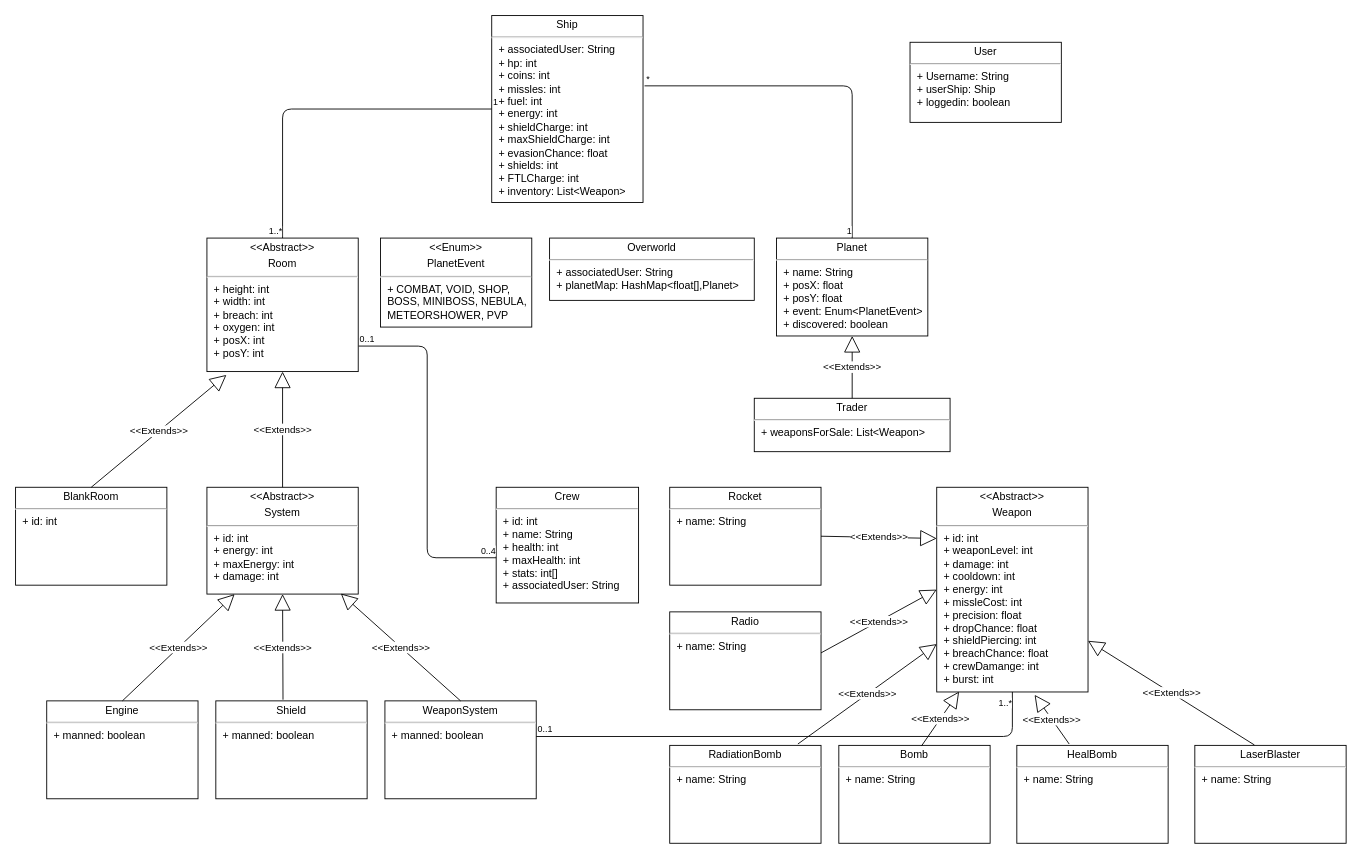
Earlier version of the draw.io diagram doc/UML/Datenmodell.drawio (fkehlenb/GalaxyTrucker). Source tidied: cells renumbered, new cells numbered last; positions are measured from the earlier drawing's top-left corner, leaving out a move shared by most shapes. Both pictures are drawn from the tidied source at 89%, with x=0, y=0 at pixel (15, 15).
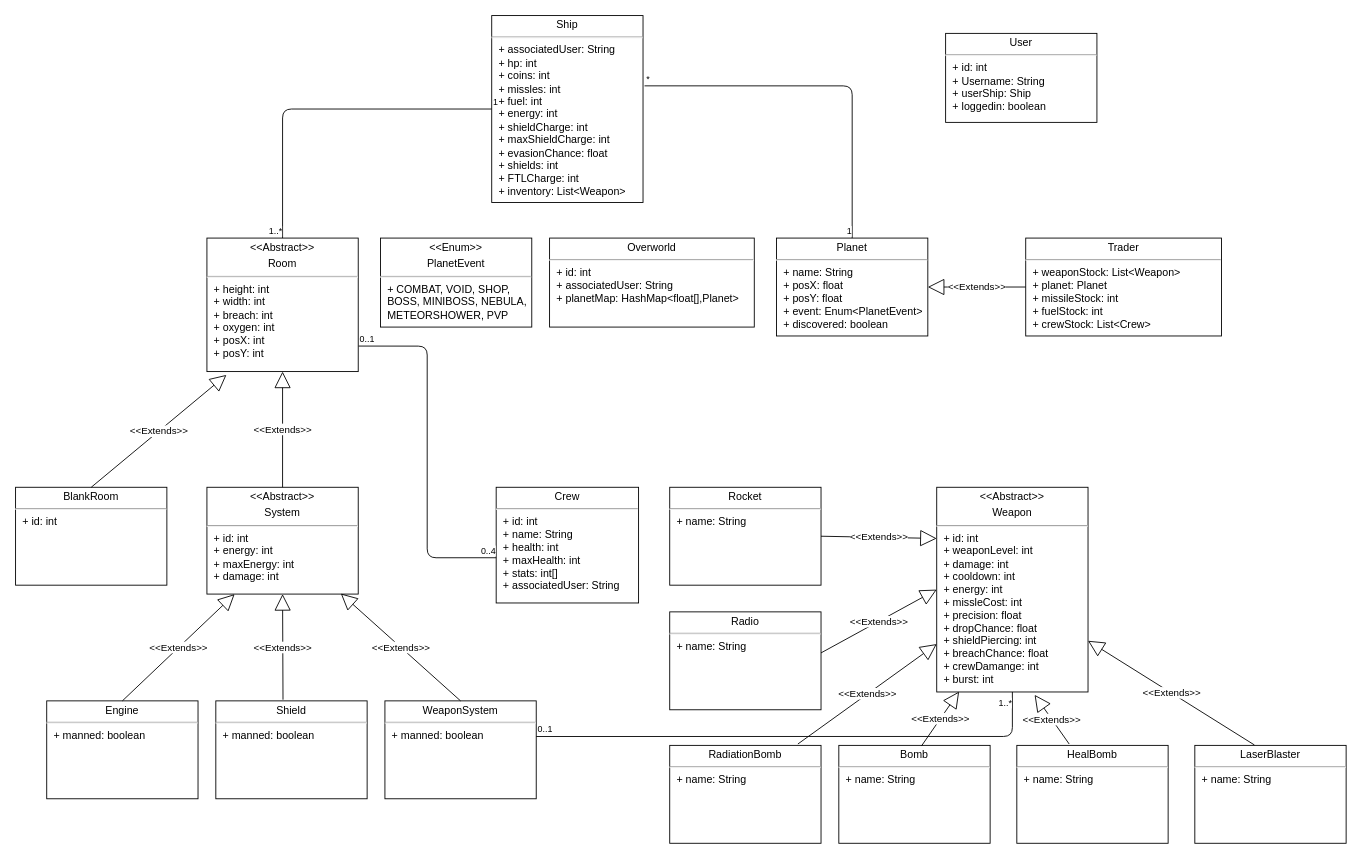
Above is the later version.

Commit message (it also covers changes not shown here):
ids und Trader ins Datenmodell und Trader Attributnamen leicht angepasst

The change refers to these unchanged cells:
```xml
<mxCell id="4" value="&lt;p style=&quot;margin: 4px 0px 0px ; text-align: center&quot;&gt;Planet&lt;/p&gt;&lt;hr&gt;&lt;p style=&quot;margin: 0px ; margin-left: 8px&quot;&gt;+ name: String&lt;/p&gt;&lt;p style=&quot;margin: 0px ; margin-left: 8px&quot;&gt;+ posX: float&lt;/p&gt;&lt;p style=&quot;margin: 0px ; margin-left: 8px&quot;&gt;+ posY: float&lt;/p&gt;&lt;p style=&quot;margin: 0px ; margin-left: 8px&quot;&gt;+ event: Enum&amp;lt;PlanetEvent&amp;gt;&lt;/p&gt;&lt;p style=&quot;margin: 0px ; margin-left: 8px&quot;&gt;+ discovered: boolean&lt;/p&gt;&lt;p style=&quot;margin: 0px ; margin-left: 8px&quot;&gt;&lt;br&gt;&lt;/p&gt;" style="verticalAlign=top;align=left;overflow=fill;fontSize=12;fontFamily=Helvetica;html=1;" parent="1" vertex="1">
  <mxGeometry x="855" y="250" width="170" height="110" as="geometry" />
</mxCell>
```

The edit, as a diff of the source:
```diff
@@
-    <mxCell id="3" value="&lt;p style=&quot;margin: 4px 0px 0px ; text-align: center&quot;&gt;Overworld&lt;/p&gt;&lt;hr&gt;&lt;p style=&quot;margin: 0px ; margin-left: 8px&quot;&gt;+ associatedUser: String&lt;/p&gt;&lt;p style=&quot;margin: 0px ; margin-left: 8px&quot;&gt;+ planetMap: HashMap&amp;lt;float[],Planet&amp;gt;&lt;/p&gt;" style="verticalAlign=top;align=left;overflow=fill;fontSize=12;fontFamily=Helvetica;html=1;" parent="1" vertex="1">
-      <mxGeometry x="600" y="250" width="230" height="70" as="geometry" />
+    <mxCell id="3" value="&lt;p style=&quot;margin: 4px 0px 0px ; text-align: center&quot;&gt;Overworld&lt;/p&gt;&lt;hr&gt;&lt;p style=&quot;margin: 0px ; margin-left: 8px&quot;&gt;+ id: int&lt;/p&gt;&lt;p style=&quot;margin: 0px ; margin-left: 8px&quot;&gt;+ associatedUser: String&lt;/p&gt;&lt;p style=&quot;margin: 0px ; margin-left: 8px&quot;&gt;+ planetMap: HashMap&amp;lt;float[],Planet&amp;gt;&lt;/p&gt;" style="verticalAlign=top;align=left;overflow=fill;fontSize=12;fontFamily=Helvetica;html=1;" parent="1" vertex="1">
+      <mxGeometry x="600" y="250" width="230" height="100" as="geometry" />
     </mxCell>
@@
-    <mxCell id="6" value="&lt;p style=&quot;margin: 4px 0px 0px ; text-align: center&quot;&gt;Trader&lt;/p&gt;&lt;hr&gt;&lt;p style=&quot;margin: 0px ; margin-left: 8px&quot;&gt;+ weaponsForSale: List&amp;lt;Weapon&amp;gt;&lt;/p&gt;&lt;p style=&quot;margin: 0px ; margin-left: 8px&quot;&gt;&lt;br&gt;&lt;/p&gt;" style="verticalAlign=top;align=left;overflow=fill;fontSize=12;fontFamily=Helvetica;html=1;" parent="1" vertex="1">
-      <mxGeometry x="830" y="430" width="220" height="60" as="geometry" />
+    <mxCell id="6" value="&lt;p style=&quot;margin: 4px 0px 0px ; text-align: center&quot;&gt;Trader&lt;/p&gt;&lt;hr&gt;&lt;p style=&quot;margin: 0px ; margin-left: 8px&quot;&gt;+ weaponStock: List&amp;lt;Weapon&amp;gt;&lt;/p&gt;&lt;p style=&quot;margin: 0px ; margin-left: 8px&quot;&gt;+ planet: Planet&lt;/p&gt;&lt;p style=&quot;margin: 0px ; margin-left: 8px&quot;&gt;+ missileStock: int&lt;/p&gt;&lt;p style=&quot;margin: 0px ; margin-left: 8px&quot;&gt;+ fuelStock: int&lt;/p&gt;&lt;p style=&quot;margin: 0px ; margin-left: 8px&quot;&gt;+ crewStock: List&amp;lt;Crew&amp;gt;&lt;/p&gt;" style="verticalAlign=top;align=left;overflow=fill;fontSize=12;fontFamily=Helvetica;html=1;" parent="1" vertex="1">
+      <mxGeometry x="1135" y="250" width="220" height="110" as="geometry" />
     </mxCell>
-    <mxCell id="7" value="&amp;lt;&amp;lt;Extends&amp;gt;&amp;gt;" style="endArrow=block;endSize=16;endFill=0;html=1;exitX=0.5;exitY=0;exitDx=0;exitDy=0;" parent="1" edge="1" source="6" target="4">
+    <mxCell id="7" value="&amp;lt;&amp;lt;Extends&amp;gt;&amp;gt;" style="endArrow=block;endSize=16;endFill=0;html=1;exitX=0;exitY=0.5;exitDx=0;exitDy=0;" parent="1" edge="1" source="6" target="4">
       <mxGeometry relative="1" as="geometry" />
     </mxCell>
@@
-    <mxCell id="45" value="&lt;p style=&quot;margin: 4px 0px 0px ; text-align: center&quot;&gt;User&lt;/p&gt;&lt;hr&gt;&lt;p style=&quot;margin: 0px ; margin-left: 8px&quot;&gt;+ Username: String&lt;/p&gt;&lt;p style=&quot;margin: 0px ; margin-left: 8px&quot;&gt;+ userShip: Ship&lt;/p&gt;&lt;p style=&quot;margin: 0px ; margin-left: 8px&quot;&gt;+ loggedin: boolean&lt;/p&gt;&lt;p style=&quot;margin: 0px ; margin-left: 8px&quot;&gt;&lt;br&gt;&lt;/p&gt;&lt;p style=&quot;margin: 0px ; margin-left: 8px&quot;&gt;&lt;br&gt;&lt;/p&gt;" style="verticalAlign=top;align=left;overflow=fill;fontSize=12;fontFamily=Helvetica;html=1;" parent="1" vertex="1">
-      <mxGeometry x="1005" y="30" width="170" height="90" as="geometry" />
+    <mxCell id="45" value="&lt;p style=&quot;margin: 4px 0px 0px ; text-align: center&quot;&gt;User&lt;/p&gt;&lt;hr&gt;&lt;p style=&quot;margin: 0px ; margin-left: 8px&quot;&gt;+ id: int&lt;/p&gt;&lt;p style=&quot;margin: 0px ; margin-left: 8px&quot;&gt;+ Username: String&lt;/p&gt;&lt;p style=&quot;margin: 0px ; margin-left: 8px&quot;&gt;+ userShip: Ship&lt;/p&gt;&lt;p style=&quot;margin: 0px ; margin-left: 8px&quot;&gt;+ loggedin: boolean&lt;/p&gt;" style="verticalAlign=top;align=left;overflow=fill;fontSize=12;fontFamily=Helvetica;html=1;" parent="1" vertex="1">
+      <mxGeometry x="1045" y="20" width="170" height="100" as="geometry" />
     </mxCell>
```
